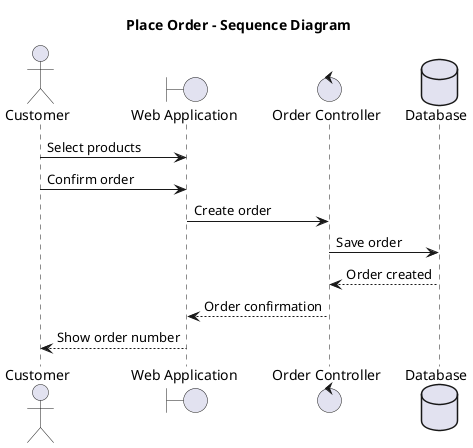
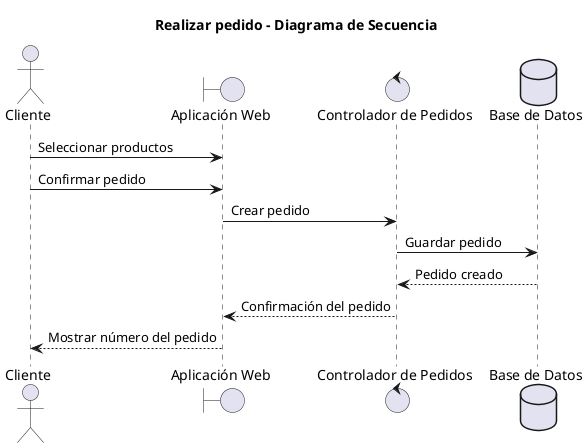
@startuml
- title Place Order - Sequence Diagram
+ title Realizar pedido - Diagrama de Secuencia

- actor Customer
- boundary "Web Application" as Web
- control "Order Controller" as OrderController
- database "Database" as DB
+ actor Cliente
+ boundary "Aplicación Web" as Web
+ control "Controlador de Pedidos" as ControladorPedido
+ database "Base de Datos" as BD

- Customer -> Web: Select products
- Customer -> Web: Confirm order
- Web -> OrderController: Create order
- OrderController -> DB: Save order
- DB --> OrderController: Order created
- OrderController --> Web: Order confirmation
- Web --> Customer: Show order number
+ Cliente -> Web: Seleccionar productos
+ Cliente -> Web: Confirmar pedido
+ Web -> ControladorPedido: Crear pedido
+ ControladorPedido -> BD: Guardar pedido
+ BD --> ControladorPedido: Pedido creado
+ ControladorPedido --> Web: Confirmación del pedido
+ Web --> Cliente: Mostrar número del pedido

@enduml